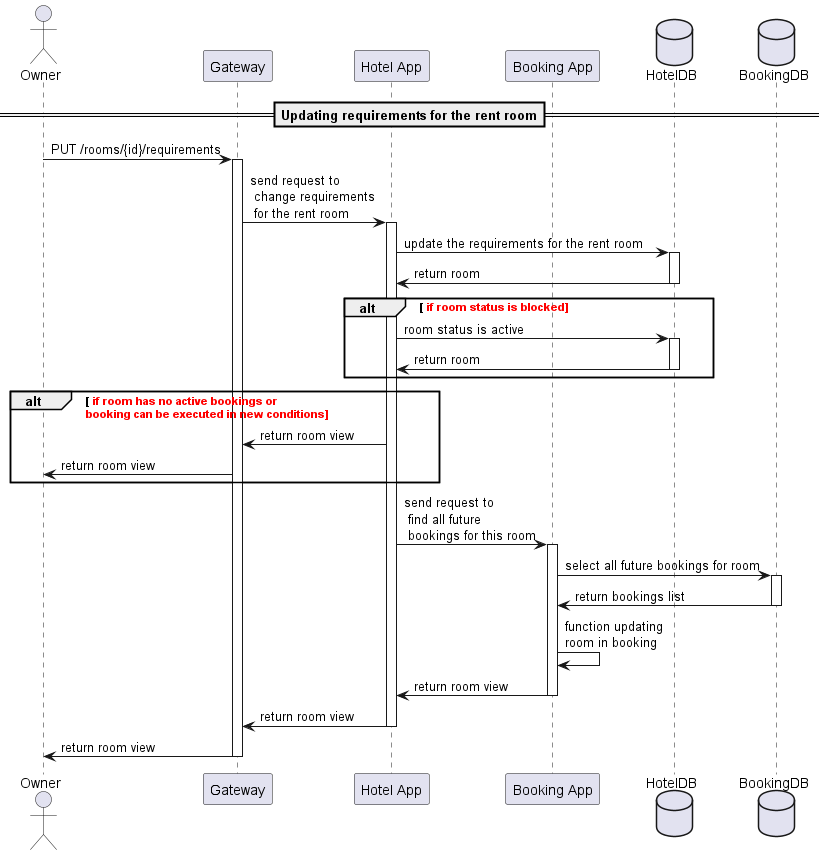
The PlantUML diagram image/changeRequiremantRoom.png in OlgaDobrodey/sequence-diagram, before a commit.
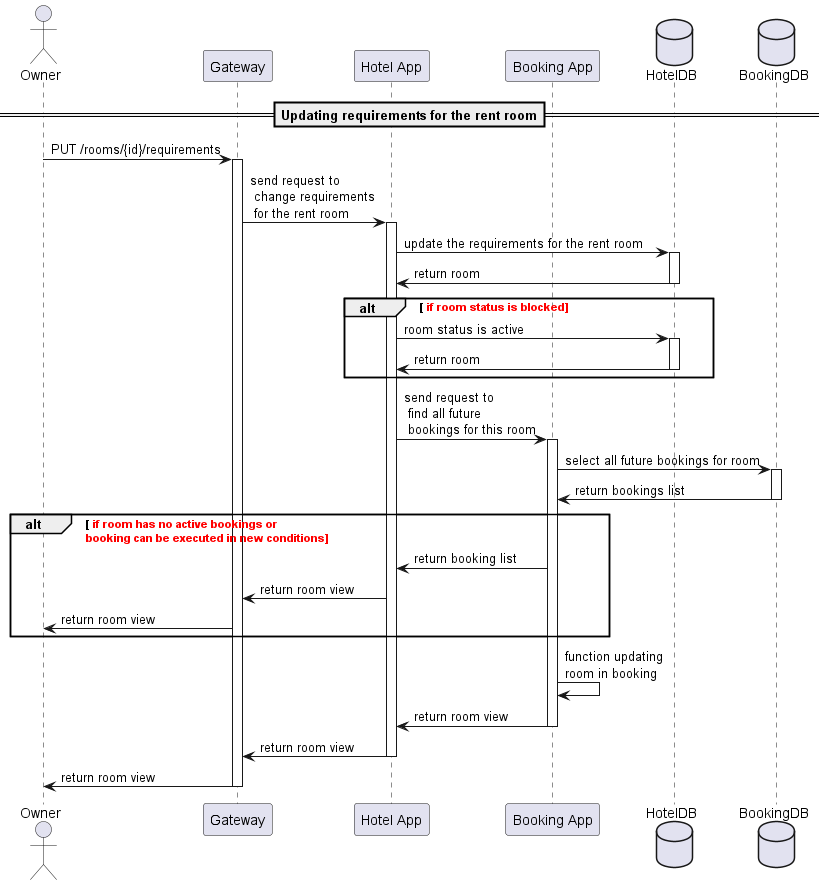
Later version of the same file.

The edit, as a diff of the source:
```diff
@@ -24,10 +24,7 @@
                          hb -> hs:  return room
                          deactivate hb
     end
-    alt <font color=red> if room has no active bookings or\n<font color=red>booking can be executed in new conditions
-                     hs -> gw: return room view
-                     gw -> user:  return room view
-    end
+
 
 hs -> bs: send request to\n find all future\n bookings for this room
     activate bs
@@ -35,7 +32,14 @@
     activate bb
 bb -> bs: return bookings list
     deactivate bb
+      alt <font color=red> if room has no active bookings or\n<font color=red>booking can be executed in new conditions
+                        bs -> hs: return booking list
+                        hs -> gw: return room view
+                        gw -> user:  return room view
+
+        end
 bs -> bs: function updating\nroom in booking
+
 
 bs -> hs: return room view
     deactivate bs
```
